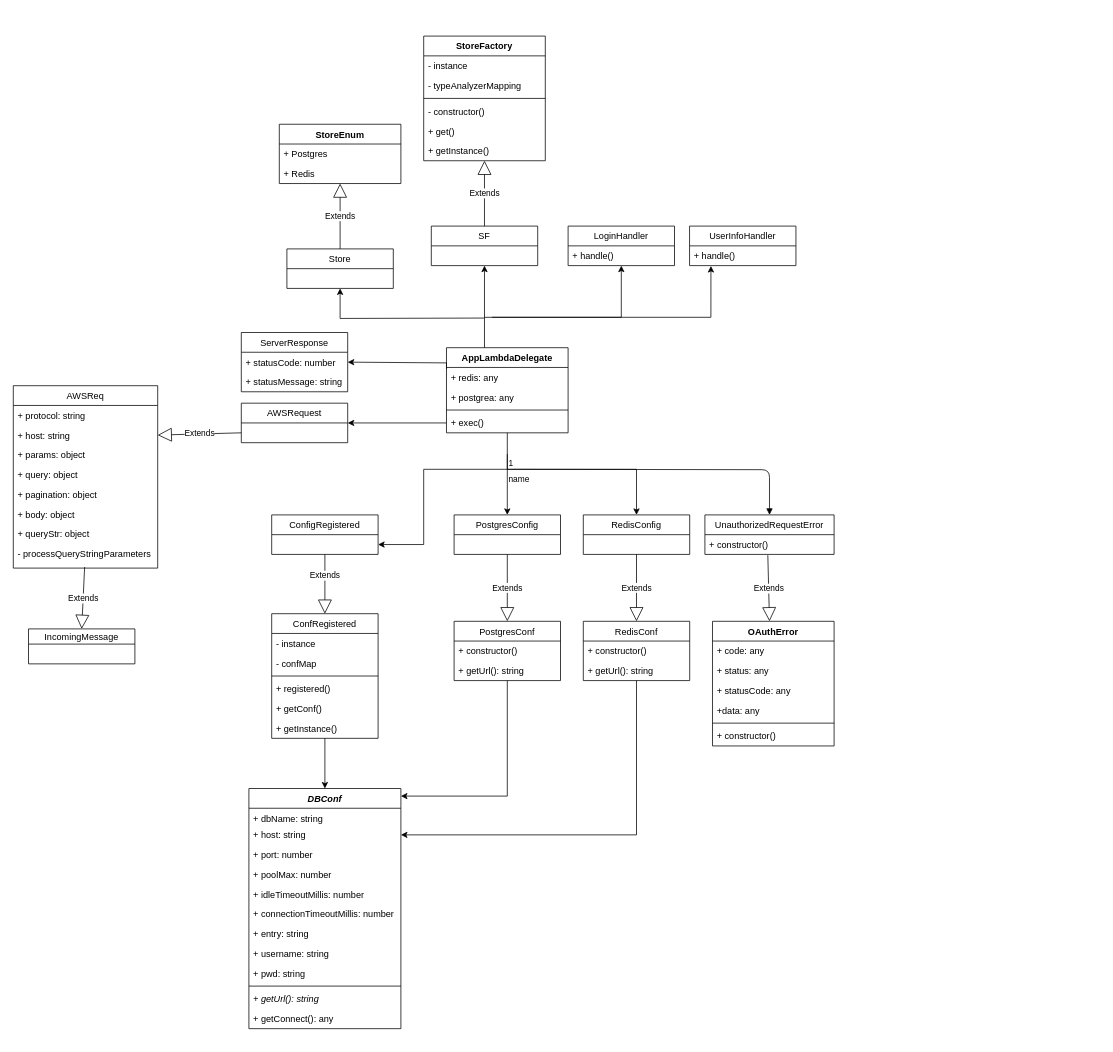
Above: phoauth.drawio in wordlu/note-update (draw.io), before the change. Source tidied: cells renumbered, new cells numbered last; positions are measured from the earlier drawing's top-left corner, leaving out a move shared by most shapes. Both pictures are drawn from the tidied source at 76%, with x=0, y=0 at pixel (13, 36).
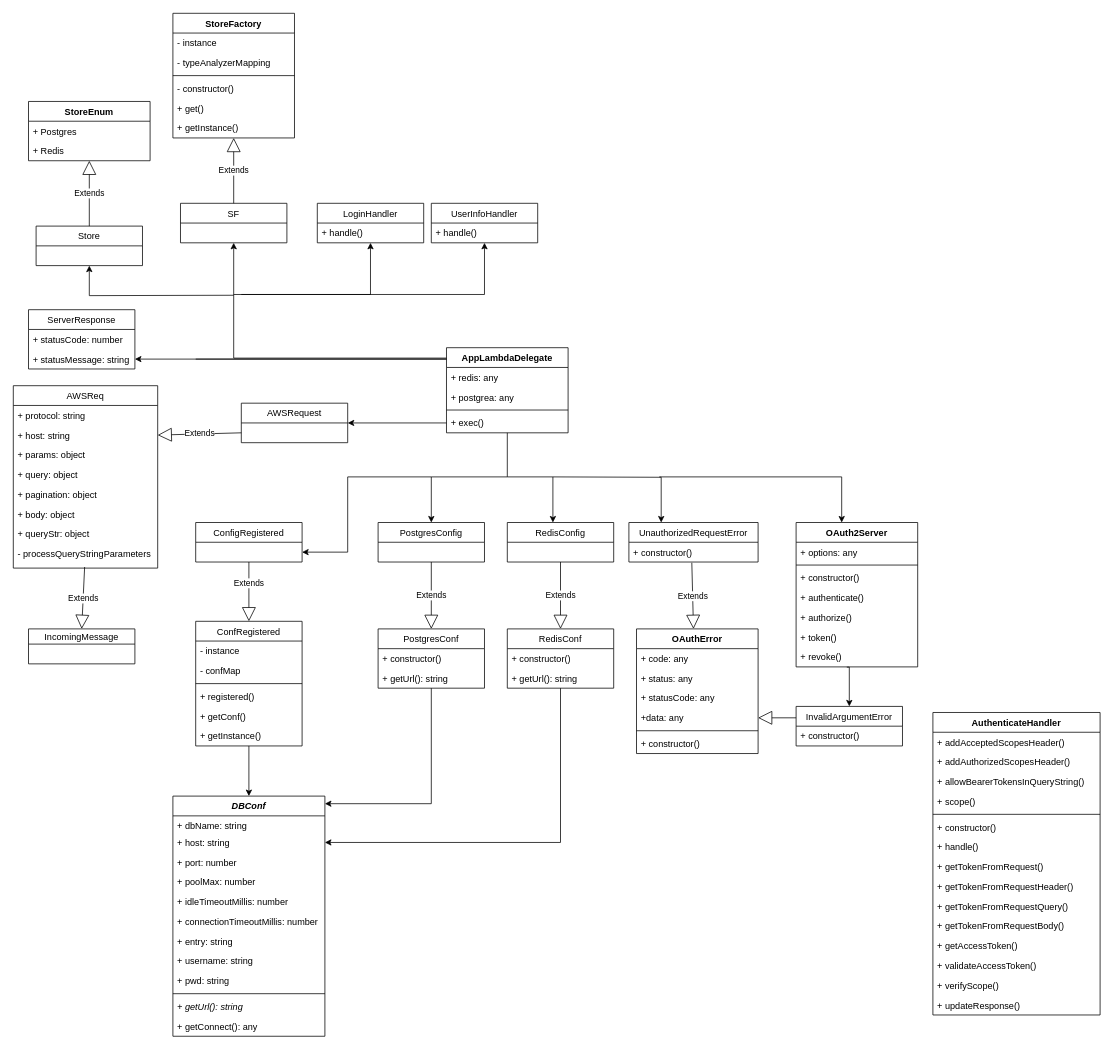
Above is the later version.

Unchanged cells that the change refers to:
```xml
<mxCell id="7" value="AppLambdaDelegate" style="swimlane;fontStyle=1;align=center;verticalAlign=top;horizontal=1;startSize=26;" parent="1" vertex="1">
  <mxGeometry x="570" y="410" width="160" height="112" as="geometry" />
</mxCell>
<mxCell id="14" value="+ statusCode: number" style="text;strokeColor=none;fillColor=none;align=left;verticalAlign=top;spacingLeft=4;spacingRight=4;overflow=hidden;points=[[0,0.5],[1,0.5]];portConstraint=eastwest;" parent="13" vertex="1">
  <mxGeometry y="26" width="140" height="26" as="geometry" />
</mxCell>
<mxCell id="15" value="+ statusMessage: string" style="text;strokeColor=none;fillColor=none;align=left;verticalAlign=top;spacingLeft=4;spacingRight=4;overflow=hidden;points=[[0,0.5],[1,0.5]];portConstraint=eastwest;" parent="13" vertex="1">
  <mxGeometry y="52" width="140" height="26" as="geometry" />
</mxCell>
<mxCell id="42" value="+ host: string" style="text;strokeColor=none;fillColor=none;align=left;verticalAlign=top;spacingLeft=4;spacingRight=4;overflow=hidden;points=[[0,0.5],[1,0.5]];portConstraint=eastwest;shadow=0;" parent="40" vertex="1">
  <mxGeometry y="48" width="200" height="26" as="geometry" />
</mxCell>
<mxCell id="81" value="+ constructor()" style="text;strokeColor=none;fillColor=none;align=left;verticalAlign=top;spacingLeft=4;spacingRight=4;overflow=hidden;points=[[0,0.5],[1,0.5]];portConstraint=eastwest;" parent="80" vertex="1">
  <mxGeometry y="26" width="170" height="26" as="geometry" />
</mxCell>
<mxCell id="87" value="+data: any" style="text;strokeColor=none;fillColor=none;align=left;verticalAlign=top;spacingLeft=4;spacingRight=4;overflow=hidden;points=[[0,0.5],[1,0.5]];portConstraint=eastwest;shadow=0;" parent="83" vertex="1">
  <mxGeometry y="104" width="160" height="26" as="geometry" />
</mxCell>
<mxCell id="94" value="+ handle()" style="text;strokeColor=none;fillColor=none;align=left;verticalAlign=top;spacingLeft=4;spacingRight=4;overflow=hidden;points=[[0,0.5],[1,0.5]];portConstraint=eastwest;shadow=0;" parent="93" vertex="1">
  <mxGeometry y="26" width="140" height="26" as="geometry" />
</mxCell>
```

What changed in the source:
```diff
@@
     <mxCell id="2" style="edgeStyle=orthogonalEdgeStyle;rounded=0;jettySize=auto;html=1;entryX=1;entryY=0.75;entryDx=0;entryDy=0;" parent="1" edge="1" target="30">
       <mxGeometry relative="1" as="geometry">
-        <mxPoint x="650" y="570" as="sourcePoint" />
+        <mxPoint x="550" y="580" as="sourcePoint" />
         <Array as="points">
-          <mxPoint x="650" y="570" />
-          <mxPoint x="540" y="570" />
-          <mxPoint x="540" y="669" />
+          <mxPoint x="550" y="580" />
+          <mxPoint x="440" y="580" />
+          <mxPoint x="440" y="679" />
         </Array>
       </mxGeometry>
     </mxCell>
     <mxCell id="3" style="edgeStyle=orthogonalEdgeStyle;rounded=0;jettySize=auto;html=1;" parent="1" edge="1" source="7" target="53">
-      <mxGeometry relative="1" as="geometry" />
+      <mxGeometry relative="1" as="geometry">
+        <Array as="points">
+          <mxPoint x="650" y="580" />
+          <mxPoint x="550" y="580" />
+        </Array>
+      </mxGeometry>
     </mxCell>
-    <mxCell id="4" style="edgeStyle=orthogonalEdgeStyle;rounded=0;jettySize=auto;html=1;entryX=0.5;entryY=0;entryDx=0;entryDy=0;" parent="1" edge="1" target="59">
+    <mxCell id="4" style="edgeStyle=orthogonalEdgeStyle;rounded=0;orthogonalLoop=1;jettySize=auto;html=1;" parent="1" edge="1">
       <mxGeometry relative="1" as="geometry">
-        <mxPoint x="650" y="550" as="sourcePoint" />
+        <mxPoint x="650" y="580" as="sourcePoint" />
+        <mxPoint x="710" y="640" as="targetPoint" />
         <Array as="points">
-          <mxPoint x="650" y="570" />
-          <mxPoint x="820" y="570" />
+          <mxPoint x="710" y="580" />
+          <mxPoint x="710" y="640" />
         </Array>
       </mxGeometry>
     </mxCell>
-    <mxCell id="5" style="edgeStyle=orthogonalEdgeStyle;rounded=0;jettySize=auto;html=1;entryX=0.5;entryY=1;entryDx=0;entryDy=0;" parent="1" edge="1" target="65">
+    <mxCell id="5" style="edgeStyle=orthogonalEdgeStyle;rounded=0;jettySize=auto;html=1;entryX=0.5;entryY=1;entryDx=0;entryDy=0;exitX=0.012;exitY=0.122;exitDx=0;exitDy=0;exitPerimeter=0;" parent="1" edge="1" source="7" target="65">
       <mxGeometry relative="1" as="geometry">
-        <mxPoint x="610" y="420" as="sourcePoint" />
         <Array as="points">
-          <mxPoint x="620" y="420" />
+          <mxPoint x="290" y="424" />
         </Array>
       </mxGeometry>
     </mxCell>
     <mxCell id="6" style="edgeStyle=orthogonalEdgeStyle;rounded=0;jettySize=auto;html=1;entryX=0.5;entryY=1;entryDx=0;entryDy=0;" parent="1" edge="1" target="90">
       <mxGeometry relative="1" as="geometry">
-        <mxPoint x="620" y="370" as="sourcePoint" />
+        <mxPoint x="290" y="340" as="sourcePoint" />
         <Array as="points">
-          <mxPoint x="800" y="370" />
+          <mxPoint x="470" y="340" />
         </Array>
       </mxGeometry>
     </mxCell>
+    <mxCell id="97" style="edgeStyle=orthogonalEdgeStyle;rounded=0;jettySize=auto;html=1;" parent="1" edge="1" target="99">
+      <mxGeometry relative="1" as="geometry">
+        <mxPoint x="850" y="580" as="sourcePoint" />
+        <Array as="points">
+          <mxPoint x="1090" y="580" />
+        </Array>
+      </mxGeometry>
+    </mxCell>
@@
-    <mxCell id="12" style="edgeStyle=orthogonalEdgeStyle;rounded=0;jettySize=auto;html=1;entryX=1;entryY=0.5;entryDx=0;entryDy=0;exitX=0;exitY=0.25;exitDx=0;exitDy=0;" parent="1" edge="1" source="7" target="14">
+    <mxCell id="12" style="edgeStyle=orthogonalEdgeStyle;rounded=0;jettySize=auto;html=1;entryX=1;entryY=0.5;entryDx=0;entryDy=0;" parent="1" edge="1" target="15">
       <mxGeometry relative="1" as="geometry">
+        <mxPoint x="240" y="425" as="sourcePoint" />
         <Array as="points">
-          <mxPoint x="570" y="430" />
+          <mxPoint x="570" y="425" />
         </Array>
       </mxGeometry>
     </mxCell>
     <mxCell id="13" value="ServerResponse" style="swimlane;fontStyle=0;horizontal=1;startSize=26;fillColor=none;" parent="1" vertex="1">
-      <mxGeometry x="300" y="390" width="140" height="78" as="geometry" />
+      <mxGeometry x="20" y="360" width="140" height="78" as="geometry" />
     </mxCell>
@@
     <mxCell id="30" value="ConfigRegistered" style="swimlane;fontStyle=0;horizontal=1;startSize=26;fillColor=none;" parent="1" vertex="1">
-      <mxGeometry x="340" y="630" width="140" height="52" as="geometry" />
+      <mxGeometry x="240" y="640" width="140" height="52" as="geometry" />
     </mxCell>
@@
     <mxCell id="32" value="ConfRegistered" style="swimlane;fontStyle=0;horizontal=1;startSize=26;fillColor=none;" parent="1" vertex="1">
-      <mxGeometry x="340" y="760" width="140" height="164" as="geometry" />
+      <mxGeometry x="240" y="770" width="140" height="164" as="geometry" />
     </mxCell>
@@
     <mxCell id="40" value="DBConf" style="swimlane;fontStyle=3;align=center;verticalAlign=top;horizontal=1;startSize=26;shadow=0;" parent="1" vertex="1">
-      <mxGeometry x="310" y="990" width="200" height="316" as="geometry" />
+      <mxGeometry x="210" y="1000" width="200" height="316" as="geometry" />
     </mxCell>
@@
     <mxCell id="53" value="PostgresConfig" style="swimlane;fontStyle=0;horizontal=1;startSize=26;fillColor=none;" parent="1" vertex="1">
-      <mxGeometry x="580" y="630" width="140" height="52" as="geometry" />
+      <mxGeometry x="480" y="640" width="140" height="52" as="geometry" />
     </mxCell>
     <mxCell id="54" style="edgeStyle=orthogonalEdgeStyle;rounded=0;jettySize=auto;html=1;" parent="1" edge="1" source="55">
       <mxGeometry relative="1" as="geometry">
-        <mxPoint x="510" y="1000" as="targetPoint" />
+        <mxPoint x="410" y="1010" as="targetPoint" />
         <Array as="points">
-          <mxPoint x="650" y="1000" />
-          <mxPoint x="510" y="1000" />
+          <mxPoint x="550" y="1010" />
+          <mxPoint x="410" y="1010" />
         </Array>
       </mxGeometry>
     </mxCell>
     <mxCell id="55" value="PostgresConf" style="swimlane;fontStyle=0;horizontal=1;startSize=26;fillColor=none;shadow=0;" parent="1" vertex="1">
-      <mxGeometry x="580" y="770" width="140" height="78" as="geometry" />
+      <mxGeometry x="480" y="780" width="140" height="78" as="geometry" />
     </mxCell>
@@
     <mxCell id="59" value="RedisConfig" style="swimlane;fontStyle=0;horizontal=1;startSize=26;fillColor=none;" parent="1" vertex="1">
-      <mxGeometry x="750" y="630" width="140" height="52" as="geometry" />
+      <mxGeometry x="650" y="640" width="140" height="52" as="geometry" />
     </mxCell>
     <mxCell id="60" style="edgeStyle=orthogonalEdgeStyle;rounded=0;jettySize=auto;html=1;entryX=1;entryY=0.5;entryDx=0;entryDy=0;" parent="1" edge="1" source="61" target="42">
       <mxGeometry relative="1" as="geometry">
         <Array as="points">
-          <mxPoint x="820" y="1051" />
+          <mxPoint x="720" y="1061" />
         </Array>
       </mxGeometry>
     </mxCell>
     <mxCell id="61" value="RedisConf" style="swimlane;fontStyle=0;horizontal=1;startSize=26;fillColor=none;shadow=0;" parent="1" vertex="1">
-      <mxGeometry x="750" y="770" width="140" height="78" as="geometry" />
+      <mxGeometry x="650" y="780" width="140" height="78" as="geometry" />
     </mxCell>
@@
     <mxCell id="64" value="Extends" style="endArrow=block;endSize=16;endFill=0;html=1;exitX=0.5;exitY=1;exitDx=0;exitDy=0;entryX=0.5;entryY=0;entryDx=0;entryDy=0;" parent="1" edge="1" target="61">
       <mxGeometry relative="1" as="geometry">
-        <mxPoint x="820" y="682" as="sourcePoint" />
+        <mxPoint x="720" y="692" as="sourcePoint" />
       </mxGeometry>
     </mxCell>
     <mxCell id="65" value="SF" style="swimlane;fontStyle=0;horizontal=1;startSize=26;fillColor=none;" parent="1" vertex="1">
-      <mxGeometry x="550" y="250" width="140" height="52" as="geometry" />
+      <mxGeometry x="220" y="220" width="140" height="52" as="geometry" />
     </mxCell>
@@
     <mxCell id="67" value="StoreFactory" style="swimlane;fontStyle=1;align=center;verticalAlign=top;horizontal=1;startSize=26;shadow=0;" parent="1" vertex="1">
-      <mxGeometry x="540" width="160" height="164" as="geometry" />
+      <mxGeometry x="210" y="-30" width="160" height="164" as="geometry" />
     </mxCell>
@@
     <mxCell id="74" style="edgeStyle=orthogonalEdgeStyle;rounded=0;jettySize=auto;html=1;entryX=0.5;entryY=1;entryDx=0;entryDy=0;" parent="1" edge="1" target="75">
       <mxGeometry relative="1" as="geometry">
-        <mxPoint x="620" y="371" as="sourcePoint" />
+        <mxPoint x="290" y="341" as="sourcePoint" />
       </mxGeometry>
     </mxCell>
     <mxCell id="75" value="Store" style="swimlane;fontStyle=0;horizontal=1;startSize=26;fillColor=none;" parent="1" vertex="1">
-      <mxGeometry x="360" y="280" width="140" height="52" as="geometry" />
+      <mxGeometry x="30" y="250" width="140" height="52" as="geometry" />
     </mxCell>
     <mxCell id="76" value="Extends" style="endArrow=block;endSize=16;endFill=0;html=1;exitX=0.5;exitY=0;exitDx=0;exitDy=0;" parent="1" edge="1" source="75">
       <mxGeometry relative="1" as="geometry">
-        <mxPoint x="430" y="194" as="targetPoint" />
+        <mxPoint x="100" y="164" as="targetPoint" />
       </mxGeometry>
     </mxCell>
     <mxCell id="77" value="StoreEnum" style="swimlane;fontStyle=1;align=center;verticalAlign=top;horizontal=1;startSize=26;shadow=0;" parent="1" vertex="1">
-      <mxGeometry x="350" y="116" width="160" height="78" as="geometry" />
+      <mxGeometry x="20" y="86" width="160" height="78" as="geometry" />
     </mxCell>
@@
     <mxCell id="80" value="UnauthorizedRequestError" style="swimlane;fontStyle=0;horizontal=1;startSize=26;fillColor=none;shadow=0;" parent="1" vertex="1">
-      <mxGeometry x="910" y="630" width="170" height="52" as="geometry" />
+      <mxGeometry x="810" y="640" width="170" height="52" as="geometry" />
     </mxCell>
@@
     <mxCell id="82" value="Extends" style="endArrow=block;endSize=16;endFill=0;html=1;exitX=0.487;exitY=1.038;exitDx=0;exitDy=0;entryX=0.5;entryY=0;entryDx=0;entryDy=0;exitPerimeter=0;" parent="1" edge="1" source="81">
       <mxGeometry relative="1" as="geometry">
-        <mxPoint x="995" y="770" as="targetPoint" />
+        <mxPoint x="895" y="780" as="targetPoint" />
       </mxGeometry>
     </mxCell>
     <mxCell id="83" value="OAuthError" style="swimlane;fontStyle=1;align=center;verticalAlign=top;horizontal=1;startSize=26;shadow=0;" parent="1" vertex="1">
-      <mxGeometry x="920" y="770" width="160" height="164" as="geometry" />
+      <mxGeometry x="820" y="780" width="160" height="164" as="geometry" />
     </mxCell>
@@
     <mxCell id="90" value="LoginHandler" style="swimlane;fontStyle=0;horizontal=1;startSize=26;fillColor=none;shadow=0;" parent="1" vertex="1">
-      <mxGeometry x="730" y="250" width="140" height="52" as="geometry" />
+      <mxGeometry x="400" y="220" width="140" height="52" as="geometry" />
     </mxCell>
@@
-    <mxCell id="92" style="edgeStyle=orthogonalEdgeStyle;rounded=0;jettySize=auto;html=1;entryX=0.201;entryY=1.019;entryDx=0;entryDy=0;entryPerimeter=0;" parent="1" edge="1" target="94">
+    <mxCell id="92" style="edgeStyle=orthogonalEdgeStyle;rounded=0;jettySize=auto;html=1;" parent="1" edge="1" target="94">
       <mxGeometry relative="1" as="geometry">
-        <mxPoint x="630" y="370" as="sourcePoint" />
+        <mxPoint x="300" y="340" as="sourcePoint" />
         <Array as="points">
-          <mxPoint x="730" y="370" />
-          <mxPoint x="918" y="370" />
+          <mxPoint x="620" y="340" />
         </Array>
       </mxGeometry>
     </mxCell>
     <mxCell id="93" value="UserInfoHandler" style="swimlane;fontStyle=0;horizontal=1;startSize=26;fillColor=none;shadow=0;" parent="1" vertex="1">
-      <mxGeometry x="889.8" y="250" width="140" height="52" as="geometry" />
+      <mxGeometry x="550" y="220" width="140" height="52" as="geometry" />
     </mxCell>
@@
-    <mxCell id="95" value="name" style="endArrow=block;endFill=1;html=1;edgeStyle=orthogonalEdgeStyle;align=left;verticalAlign=top;entryX=0.5;entryY=0;entryDx=0;entryDy=0;" parent="1" edge="1" target="80">
-      <mxGeometry x="-1" relative="1" as="geometry">
-        <mxPoint x="650" y="570" as="sourcePoint" />
-      </mxGeometry>
-    </mxCell>
-    <mxCell id="96" value="1" style="edgeLabel;html=1;align=left;verticalAlign=bottom;" parent="95" vertex="1">
-      <mxGeometry x="-1" relative="1" as="geometry" />
-    </mxCell>
+    <mxCell id="98" style="edgeStyle=orthogonalEdgeStyle;rounded=0;jettySize=auto;html=1;entryX=0.5;entryY=0;entryDx=0;entryDy=0;exitX=0.417;exitY=1.013;exitDx=0;exitDy=0;exitPerimeter=0;" parent="1" edge="1" source="106" target="108">
+      <mxGeometry relative="1" as="geometry">
+        <Array as="points">
+          <mxPoint x="1100" y="830" />
+        </Array>
+      </mxGeometry>
+    </mxCell>
+    <mxCell id="99" value="OAuth2Server" style="swimlane;fontStyle=1;align=center;verticalAlign=top;horizontal=1;startSize=26;" parent="1" vertex="1">
+      <mxGeometry x="1030" y="640" width="160" height="190" as="geometry" />
+    </mxCell>
+    <mxCell id="100" value="+ options: any" style="text;strokeColor=none;fillColor=none;align=left;verticalAlign=top;spacingLeft=4;spacingRight=4;overflow=hidden;" parent="99" vertex="1">
+      <mxGeometry y="26" width="160" height="26" as="geometry" />
+    </mxCell>
+    <mxCell id="101" style="line;strokeWidth=1;fillColor=none;align=left;verticalAlign=middle;spacingTop=-1;spacingLeft=3;spacingRight=3;labelPosition=right;" parent="99" vertex="1">
+      <mxGeometry y="52" width="160" height="8" as="geometry" />
+    </mxCell>
+    <mxCell id="102" value="+ constructor()" style="text;strokeColor=none;fillColor=none;align=left;verticalAlign=top;spacingLeft=4;spacingRight=4;overflow=hidden;" parent="99" vertex="1">
+      <mxGeometry y="60" width="160" height="26" as="geometry" />
+    </mxCell>
+    <mxCell id="103" value="+ authenticate()" style="text;strokeColor=none;fillColor=none;align=left;verticalAlign=top;spacingLeft=4;spacingRight=4;overflow=hidden;" parent="99" vertex="1">
+      <mxGeometry y="86" width="160" height="26" as="geometry" />
+    </mxCell>
+    <mxCell id="104" value="+ authorize()" style="text;strokeColor=none;fillColor=none;align=left;verticalAlign=top;spacingLeft=4;spacingRight=4;overflow=hidden;" parent="99" vertex="1">
+      <mxGeometry y="112" width="160" height="26" as="geometry" />
+    </mxCell>
+    <mxCell id="105" value="+ token()" style="text;strokeColor=none;fillColor=none;align=left;verticalAlign=top;spacingLeft=4;spacingRight=4;overflow=hidden;" parent="99" vertex="1">
+      <mxGeometry y="138" width="160" height="26" as="geometry" />
+    </mxCell>
+    <mxCell id="106" value="+ revoke()" style="text;strokeColor=none;fillColor=none;align=left;verticalAlign=top;spacingLeft=4;spacingRight=4;overflow=hidden;points=[[0,0.5],[1,0.5]];portConstraint=eastwest;" parent="99" vertex="1">
+      <mxGeometry y="164" width="160" height="26" as="geometry" />
+    </mxCell>
+    <mxCell id="107" style="edgeStyle=orthogonalEdgeStyle;rounded=0;jettySize=auto;html=1;entryX=0.25;entryY=0;entryDx=0;entryDy=0;" parent="1" edge="1" target="80">
+      <mxGeometry relative="1" as="geometry">
+        <mxPoint x="710" y="580" as="sourcePoint" />
+      </mxGeometry>
+    </mxCell>
+    <mxCell id="108" value="InvalidArgumentError" style="swimlane;fontStyle=0;horizontal=1;startSize=26;fillColor=none;" parent="1" vertex="1">
+      <mxGeometry x="1030" y="882" width="140" height="52" as="geometry" />
+    </mxCell>
+    <mxCell id="109" value="+ constructor()" style="text;strokeColor=none;fillColor=none;align=left;verticalAlign=top;spacingLeft=4;spacingRight=4;overflow=hidden;" parent="108" vertex="1">
+      <mxGeometry y="26" width="140" height="26" as="geometry" />
+    </mxCell>
+    <mxCell id="110" style="endArrow=block;endSize=16;endFill=0;html=1;entryX=1;entryY=0.5;entryDx=0;entryDy=0;" parent="1" edge="1" target="87">
+      <mxGeometry relative="1" as="geometry">
+        <mxPoint x="1030" y="897" as="sourcePoint" />
+      </mxGeometry>
+    </mxCell>
+    <mxCell id="111" value="AuthenticateHandler" style="swimlane;fontStyle=1;align=center;verticalAlign=top;horizontal=1;startSize=26;" parent="1" vertex="1">
+      <mxGeometry x="1210" y="890" width="220" height="398" as="geometry" />
+    </mxCell>
+    <mxCell id="112" value="+ addAcceptedScopesHeader()" style="text;strokeColor=none;fillColor=none;align=left;verticalAlign=top;spacingLeft=4;spacingRight=4;overflow=hidden;" parent="111" vertex="1">
+      <mxGeometry y="26" width="220" height="26" as="geometry" />
+    </mxCell>
+    <mxCell id="113" value="+ addAuthorizedScopesHeader()" style="text;strokeColor=none;fillColor=none;align=left;verticalAlign=top;spacingLeft=4;spacingRight=4;overflow=hidden;" parent="111" vertex="1">
+      <mxGeometry y="52" width="220" height="26" as="geometry" />
+    </mxCell>
+    <mxCell id="114" value="+ allowBearerTokensInQueryString()&#10;&#10;&#10;" style="text;strokeColor=none;fillColor=none;align=left;verticalAlign=top;spacingLeft=4;spacingRight=4;overflow=hidden;" parent="111" vertex="1">
+      <mxGeometry y="78" width="220" height="26" as="geometry" />
+    </mxCell>
+    <mxCell id="115" value="+ scope()" style="text;strokeColor=none;fillColor=none;align=left;verticalAlign=top;spacingLeft=4;spacingRight=4;overflow=hidden;" parent="111" vertex="1">
+      <mxGeometry y="104" width="220" height="26" as="geometry" />
+    </mxCell>
+    <mxCell id="116" style="line;strokeWidth=1;fillColor=none;align=left;verticalAlign=middle;spacingTop=-1;spacingLeft=3;spacingRight=3;labelPosition=right;" parent="111" vertex="1">
+      <mxGeometry y="130" width="220" height="8" as="geometry" />
+    </mxCell>
+    <mxCell id="117" value="+ constructor()" style="text;strokeColor=none;fillColor=none;align=left;verticalAlign=top;spacingLeft=4;spacingRight=4;overflow=hidden;" parent="111" vertex="1">
+      <mxGeometry y="138" width="220" height="26" as="geometry" />
+    </mxCell>
+    <mxCell id="118" value="+ handle()" style="text;strokeColor=none;fillColor=none;align=left;verticalAlign=top;spacingLeft=4;spacingRight=4;overflow=hidden;" parent="111" vertex="1">
+      <mxGeometry y="164" width="220" height="26" as="geometry" />
+    </mxCell>
+    <mxCell id="119" value="+ getTokenFromRequest()" style="text;strokeColor=none;fillColor=none;align=left;verticalAlign=top;spacingLeft=4;spacingRight=4;overflow=hidden;" parent="111" vertex="1">
+      <mxGeometry y="190" width="220" height="26" as="geometry" />
+    </mxCell>
+    <mxCell id="120" value="+ getTokenFromRequestHeader()" style="text;strokeColor=none;fillColor=none;align=left;verticalAlign=top;spacingLeft=4;spacingRight=4;overflow=hidden;" parent="111" vertex="1">
+      <mxGeometry y="216" width="220" height="26" as="geometry" />
+    </mxCell>
+    <mxCell id="121" value="+ getTokenFromRequestQuery()" style="text;strokeColor=none;fillColor=none;align=left;verticalAlign=top;spacingLeft=4;spacingRight=4;overflow=hidden;" parent="111" vertex="1">
+      <mxGeometry y="242" width="220" height="26" as="geometry" />
+    </mxCell>
+    <mxCell id="122" value="+ getTokenFromRequestBody()" style="text;strokeColor=none;fillColor=none;align=left;verticalAlign=top;spacingLeft=4;spacingRight=4;overflow=hidden;" parent="111" vertex="1">
+      <mxGeometry y="268" width="220" height="26" as="geometry" />
+    </mxCell>
+    <mxCell id="123" value="+ getAccessToken()" style="text;strokeColor=none;fillColor=none;align=left;verticalAlign=top;spacingLeft=4;spacingRight=4;overflow=hidden;" parent="111" vertex="1">
+      <mxGeometry y="294" width="220" height="26" as="geometry" />
+    </mxCell>
+    <mxCell id="124" value="+ validateAccessToken()" style="text;strokeColor=none;fillColor=none;align=left;verticalAlign=top;spacingLeft=4;spacingRight=4;overflow=hidden;" parent="111" vertex="1">
+      <mxGeometry y="320" width="220" height="26" as="geometry" />
+    </mxCell>
+    <mxCell id="125" value="+ verifyScope()" style="text;strokeColor=none;fillColor=none;align=left;verticalAlign=top;spacingLeft=4;spacingRight=4;overflow=hidden;" parent="111" vertex="1">
+      <mxGeometry y="346" width="220" height="26" as="geometry" />
+    </mxCell>
+    <mxCell id="126" value="+ updateResponse()" style="text;strokeColor=none;fillColor=none;align=left;verticalAlign=top;spacingLeft=4;spacingRight=4;overflow=hidden;" parent="111" vertex="1">
+      <mxGeometry y="372" width="220" height="26" as="geometry" />
+    </mxCell>
```
